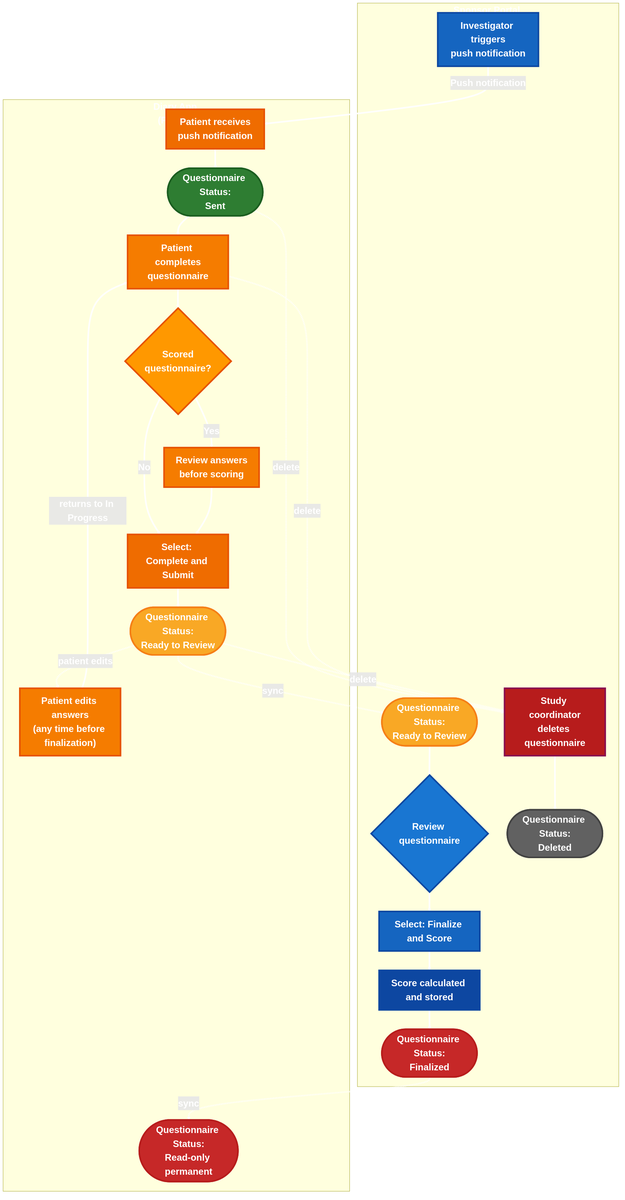
Cure-HHT/hht_diary keeps this Mermaid diagram as spec/images/questionnaire-approval-workflow.png. Above is the earlier version. Its source is kept beside it as spec/images/questionnaire-approval-workflow.mmd.
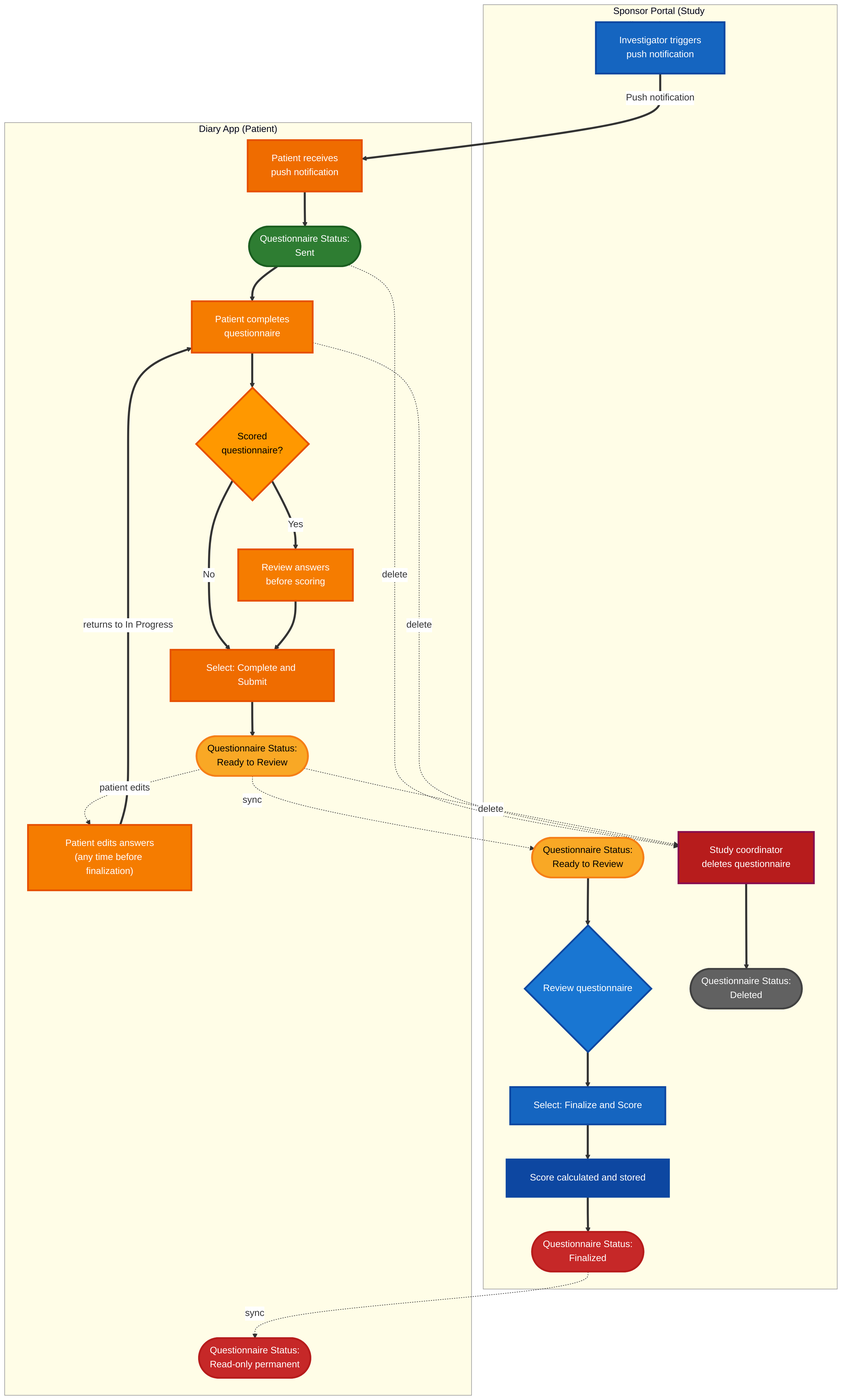
The same diagram one commit later.

Commit message:
[CUR-971] Improve PNG diagram legibility and revert Dart changes

Diff of the diagram source:
```diff
@@ -1,70 +1,68 @@
-%%{init: {'flowchart': {'htmlLabels': true, 'arrowMarkerAbsolute': true}, 'flowchart': {'nodeSpacing': 50, 'rankSpacing': 50}}}%%
-    flowchart TD
-    subgraph Portal ["<b style='font-size:18pt; color:white'>Sponsor Portal (Study Coordinator / Investigator)</b>"]
-        A["<b style='font-size:18pt; color:white'>Investigator triggers<br/>push notification</b>"]
-        P_S2(["<b style='font-size:18pt; color:white'>Questionnaire Status:<br/>Ready to Review</b>"])
-        G{"<b style='font-size:18pt; color:white'>Review questionnaire</b>"}
-        H["<b style='font-size:18pt; color:white'>Select: Finalize and Score</b>"]
-        J["<b style='font-size:18pt; color:white'>Score calculated and stored</b>"]
-        P_S3(["<b style='font-size:18pt; color:white'>Questionnaire Status:<br/>Finalized</b>"])
-        DEL["<b style='font-size:18pt; color:white'>Study coordinator<br/>deletes questionnaire</b>"]
-        P_DEL(["<b style='font-size:18pt; color:white'>Questionnaire Status:<br/>Deleted</b>"])
+%%{init: {'flowchart': {'htmlLabels': true, 'nodeSpacing': 60, 'rankSpacing': 60}}}%%
+flowchart TD
+    subgraph Portal ["Sponsor Portal (Study Coordinator / Investigator)"]
+        A["Investigator triggers<br/>push notification"]
+        P_S2(["Questionnaire Status:<br/>Ready to Review"])
+        G{"Review questionnaire"}
+        H["Select: Finalize and Score"]
+        J["Score calculated and stored"]
+        P_S3(["Questionnaire Status:<br/>Finalized"])
+        DEL["Study coordinator<br/>deletes questionnaire"]
+        P_DEL(["Questionnaire Status:<br/>Deleted"])
     end
 
-    subgraph Diary ["<b style='font-size:18pt; color:white'>Diary App (Patient)</b>"]
-        B["<b style='font-size:18pt; color:white'>Patient receives<br/>push notification</b>"]
-        D_S1(["<b style='font-size:18pt; color:white'>Questionnaire Status:<br/>Sent</b>"])
-        C["<b style='font-size:18pt; color:white'>Patient completes<br/>questionnaire</b>"]
-        D{"<b style='font-size:18pt; color:white'>Scored<br/>questionnaire?</b>"}
-        E["<b style='font-size:18pt; color:white'>Review answers<br/>before scoring</b>"]
-        F["<b style='font-size:18pt; color:white'>Select: Complete and Submit</b>"]
-        D_S2(["<b style='font-size:18pt; color:white'>Questionnaire Status:<br/>Ready to Review</b>"])
-        EDIT["<b style='font-size:18pt; color:white'>Patient edits answers<br/>(any time before finalization)</b>"]
-        D_S3(["<b style='font-size:18pt; color:white'>Questionnaire Status:<br/>Read-only permanent</b>"])
+    subgraph Diary ["Diary App (Patient)"]
+        B["Patient receives<br/>push notification"]
+        D_S1(["Questionnaire Status:<br/>Sent"])
+        C["Patient completes<br/>questionnaire"]
+        D{"Scored<br/>questionnaire?"}
+        E["Review answers<br/>before scoring"]
+        F["Select: Complete and Submit"]
+        D_S2(["Questionnaire Status:<br/>Ready to Review"])
+        EDIT["Patient edits answers<br/>(any time before finalization)"]
+        D_S3(["Questionnaire Status:<br/>Read-only permanent"])
     end
 
-    A ==>|<b style='font-size:18pt; color:white; background:none'>Push notification</b>| B
+    A ==>|"Push notification"| B
     B ==> D_S1
     D_S1 ==> C
     C ==> D
-    D ==>|<b style='font-size:18pt; color:white; background:none'>Yes</b>| E
-    D ==>|<b style='font-size:18pt; color:white; background:none'>No</b>| F
+    D ==>|"Yes"| E
+    D ==>|"No"| F
     E ==> F
     F ==> D_S2
-    D_S2 -.->|<b style='font-size:18pt; color:white; background:none'>sync</b>| P_S2
+    D_S2 -.->|"sync"| P_S2
     P_S2 ==> G
     G ==> H
     H ==> J
     J ==> P_S3
-    P_S3 -.->|<b style='font-size:18pt; color:white; background:none'>sync</b>| D_S3
+    P_S3 -.->|"sync"| D_S3
 
-    D_S2 -.->|<b style='font-size:18pt; color:white; background:none'>patient edits</b>| EDIT
-    EDIT ==>|<b style='font-size:18pt; color:white; background:none'>returns to In Progress</b>| C
+    D_S2 -.->|"patient edits"| EDIT
+    EDIT ==>|"returns to In Progress"| C
 
-    D_S1 -.->|<b style='font-size:18pt; color:white; background:none'>delete</b>| DEL
-    C -.->|<b style='font-size:18pt; color:white; background:none'>delete</b>| DEL
-    D_S2 -.->|<b style='font-size:18pt; color:white; background:none'>delete</b>| DEL
+    D_S1 -.->|"delete"| DEL
+    C -.->|"delete"| DEL
+    D_S2 -.->|"delete"| DEL
     DEL ==> P_DEL
 
-    style A fill:#1565c0,color:#ffffff,stroke:#0d47a1,stroke-width:4px
-    style G fill:#1976d2,color:#ffffff,stroke:#0d47a1,stroke-width:4px
-    style H fill:#1565c0,color:#ffffff,stroke:#0d47a1,stroke-width:4px
-    style J fill:#0d47a1,color:#ffffff,stroke:#0d47a1,stroke-width:4px
-    style DEL fill:#b71c1c,color:#ffffff,stroke:#880e4f,stroke-width:4px
+    style A fill:#1565c0,color:#ffffff,stroke:#0d47a1,stroke-width:3px
+    style G fill:#1976d2,color:#ffffff,stroke:#0d47a1,stroke-width:3px
+    style H fill:#1565c0,color:#ffffff,stroke:#0d47a1,stroke-width:3px
+    style J fill:#0d47a1,color:#ffffff,stroke:#0d47a1,stroke-width:3px
+    style DEL fill:#b71c1c,color:#ffffff,stroke:#880e4f,stroke-width:3px
 
-    style B fill:#ef6c00,color:#ffffff,stroke:#e65100,stroke-width:4px
-    style C fill:#f57c00,color:#ffffff,stroke:#e65100,stroke-width:4px
-    style D fill:#ff9800,color:#000000,stroke:#e65100,stroke-width:4px
-    style E fill:#f57c00,color:#ffffff,stroke:#e65100,stroke-width:4px
-    style F fill:#ef6c00,color:#ffffff,stroke:#e65100,stroke-width:4px
-    style EDIT fill:#f57c00,color:#ffffff,stroke:#e65100,stroke-width:4px
+    style B fill:#ef6c00,color:#ffffff,stroke:#e65100,stroke-width:3px
+    style C fill:#f57c00,color:#ffffff,stroke:#e65100,stroke-width:3px
+    style D fill:#ff9800,color:#000000,stroke:#e65100,stroke-width:3px
+    style E fill:#f57c00,color:#ffffff,stroke:#e65100,stroke-width:3px
+    style F fill:#ef6c00,color:#ffffff,stroke:#e65100,stroke-width:3px
+    style EDIT fill:#f57c00,color:#ffffff,stroke:#e65100,stroke-width:3px
 
-    style D_S1 fill:#2e7d32,color:#ffffff,stroke:#1b5e20,stroke-width:4px
-    style D_S2 fill:#f9a825,color:#000000,stroke:#f57f17,stroke-width:4px
-    style D_S3 fill:#c62828,color:#ffffff,stroke:#b71c1c,stroke-width:4px
+    style D_S1 fill:#2e7d32,color:#ffffff,stroke:#1b5e20,stroke-width:3px
+    style D_S2 fill:#f9a825,color:#000000,stroke:#f57f17,stroke-width:3px
+    style D_S3 fill:#c62828,color:#ffffff,stroke:#b71c1c,stroke-width:3px
 
-    style P_S2 fill:#f9a825,color:#000000,stroke:#f57f17,stroke-width:4px
-    style P_S3 fill:#c62828,color:#ffffff,stroke:#b71c1c,stroke-width:4px
-    style P_DEL fill:#616161,color:#ffffff,stroke:#424242,stroke-width:4px
-
-    linkStyle default stroke:#ffffff,stroke-width:4px
+    style P_S2 fill:#f9a825,color:#000000,stroke:#f57f17,stroke-width:3px
+    style P_S3 fill:#c62828,color:#ffffff,stroke:#b71c1c,stroke-width:3px
+    style P_DEL fill:#616161,color:#ffffff,stroke:#424242,stroke-width:3px
```
